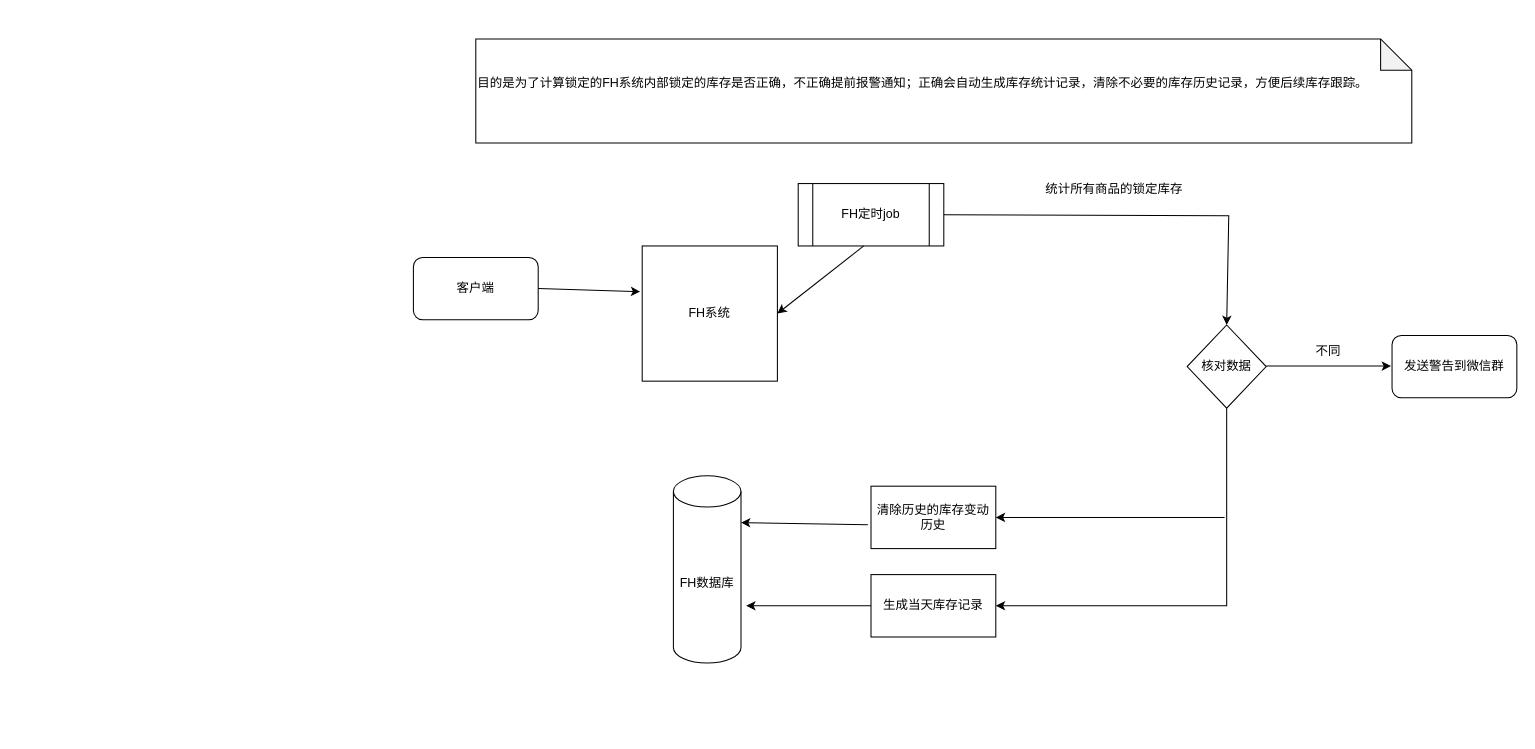
This is SketchMap/库存盘点.drawio from liuyunlong1229/aaa, a draw.io file, before an edit. Source tidied: cells renumbered, new cells numbered last; positions are measured from the earlier drawing's top-left corner, leaving out a move shared by most shapes. Both pictures are drawn from the tidied source at 104%, with x=0, y=0 at pixel (413, 38).
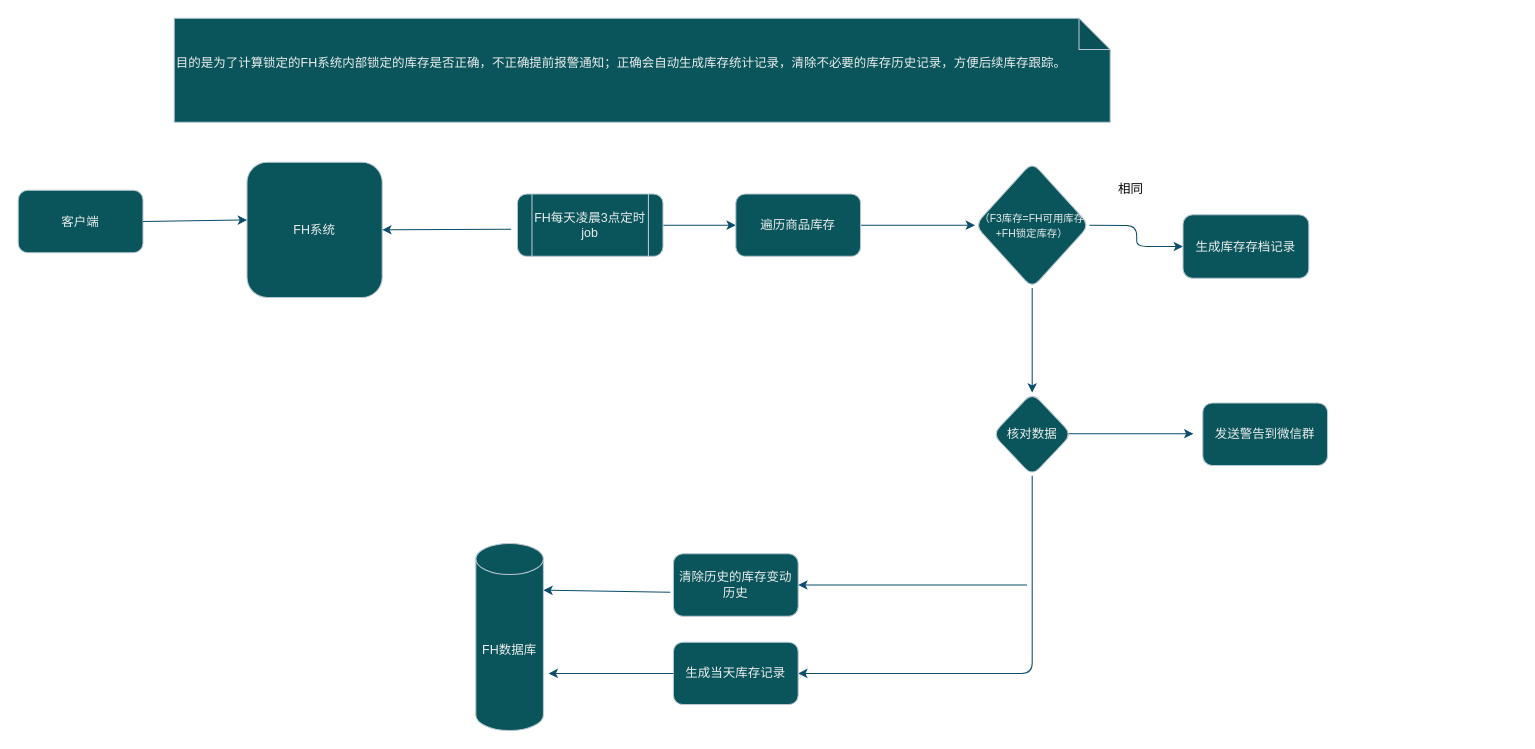
The same page after the edit.

Commit message:
更新库存盘点.drawio

What changed in the source:
```diff
@@
-    <mxCell id="2" value="FH系统" style="whiteSpace=wrap;html=1;" parent="1" vertex="1">
-      <mxGeometry x="220" y="199" width="130" height="130" as="geometry" />
+    <mxCell id="2" value="FH系统" style="whiteSpace=wrap;html=1;labelBackgroundColor=none;fillColor=#09555B;strokeColor=#BAC8D3;fontColor=#EEEEEE;rounded=1;" parent="1" vertex="1">
+      <mxGeometry x="-160" y="118.5" width="130" height="130" as="geometry" />
     </mxCell>
-    <mxCell id="3" value="FH数据库" style="shape=cylinder3;whiteSpace=wrap;html=1;boundedLbl=1;backgroundOutline=1;size=15;" parent="1" vertex="1">
-      <mxGeometry x="250" y="420" width="65" height="180" as="geometry" />
+    <mxCell id="3" value="FH数据库" style="shape=cylinder3;whiteSpace=wrap;html=1;boundedLbl=1;backgroundOutline=1;size=15;labelBackgroundColor=none;fillColor=#09555B;strokeColor=#BAC8D3;fontColor=#EEEEEE;rounded=1;" parent="1" vertex="1">
+      <mxGeometry x="60" y="485" width="65" height="180" as="geometry" />
     </mxCell>
+    <mxCell id="21" style="edgeStyle=orthogonalEdgeStyle;rounded=1;jettySize=auto;html=1;entryX=0;entryY=0.5;entryDx=0;entryDy=0;labelBackgroundColor=none;strokeColor=#0B4D6A;fontColor=default;" parent="1" edge="1" source="4" target="26">
+      <mxGeometry relative="1" as="geometry" />
+    </mxCell>
-    <mxCell id="4" value="FH定时job" style="shape=process;whiteSpace=wrap;html=1;backgroundOutline=1;" parent="1" vertex="1">
-      <mxGeometry x="370" y="139" width="140" height="60" as="geometry" />
+    <mxCell id="4" value="FH每天凌晨3点定时job" style="shape=process;whiteSpace=wrap;html=1;backgroundOutline=1;labelBackgroundColor=none;fillColor=#09555B;strokeColor=#BAC8D3;fontColor=#EEEEEE;rounded=1;" parent="1" vertex="1">
+      <mxGeometry x="100" y="149" width="140" height="60" as="geometry" />
     </mxCell>
-    <mxCell id="5" value="统计所有商品的锁定库存" style="text;html=1;align=center;verticalAlign=middle;whiteSpace=wrap;rounded=0;" parent="1" vertex="1">
-      <mxGeometry x="524" y="130" width="300" height="30" as="geometry" />
-    </mxCell>
-    <mxCell id="6" style="endArrow=classic;html=1;rounded=0;exitX=0.45;exitY=1;exitDx=0;exitDy=0;exitPerimeter=0;entryX=1;entryY=0.5;entryDx=0;entryDy=0;" parent="1" edge="1" source="4" target="2">
+    <mxCell id="6" style="endArrow=classic;html=1;rounded=1;exitX=-0.043;exitY=0.567;exitDx=0;exitDy=0;exitPerimeter=0;entryX=1;entryY=0.5;entryDx=0;entryDy=0;labelBackgroundColor=none;strokeColor=#0B4D6A;fontColor=default;" parent="1" edge="1" source="4" target="2">
       <mxGeometry relative="1" as="geometry" />
     </mxCell>
-    <mxCell id="7" value="客户端" style="rounded=1;whiteSpace=wrap;html=1;" parent="1" vertex="1">
-      <mxGeometry y="210" width="120" height="60" as="geometry" />
+    <mxCell id="7" value="客户端" style="rounded=1;whiteSpace=wrap;html=1;labelBackgroundColor=none;fillColor=#09555B;strokeColor=#BAC8D3;fontColor=#EEEEEE;" parent="1" vertex="1">
+      <mxGeometry x="-380" y="145.5" width="120" height="60" as="geometry" />
     </mxCell>
-    <mxCell id="8" style="endArrow=classic;html=1;rounded=0;exitX=1;exitY=0.5;exitDx=0;exitDy=0;entryX=-0.015;entryY=0.338;entryDx=0;entryDy=0;entryPerimeter=0;" parent="1" edge="1" source="7" target="2">
+    <mxCell id="8" style="endArrow=classic;html=1;rounded=1;exitX=1;exitY=0.5;exitDx=0;exitDy=0;entryX=0;entryY=0.427;entryDx=0;entryDy=0;entryPerimeter=0;labelBackgroundColor=none;strokeColor=#0B4D6A;fontColor=default;" parent="1" edge="1" source="7" target="2">
       <mxGeometry relative="1" as="geometry" />
     </mxCell>
-    <mxCell id="9" style="edgeStyle=orthogonalEdgeStyle;rounded=0;jettySize=auto;html=1;entryX=1;entryY=0.5;entryDx=0;entryDy=0;exitX=0.5;exitY=1;exitDx=0;exitDy=0;" parent="1" edge="1" source="10" target="12">
+    <mxCell id="9" style="edgeStyle=orthogonalEdgeStyle;rounded=1;jettySize=auto;html=1;entryX=1;entryY=0.5;entryDx=0;entryDy=0;exitX=0.5;exitY=1;exitDx=0;exitDy=0;labelBackgroundColor=none;strokeColor=#0B4D6A;fontColor=default;" parent="1" edge="1" source="10" target="12">
       <mxGeometry relative="1" as="geometry" />
     </mxCell>
-    <mxCell id="10" value="核对数据" style="rhombus;whiteSpace=wrap;html=1;" parent="1" vertex="1">
-      <mxGeometry x="744" y="275" width="76" height="80" as="geometry" />
+    <mxCell id="10" value="核对数据" style="rhombus;whiteSpace=wrap;html=1;labelBackgroundColor=none;fillColor=#09555B;strokeColor=#BAC8D3;fontColor=#EEEEEE;rounded=1;" parent="1" vertex="1">
+      <mxGeometry x="557" y="340" width="76" height="80" as="geometry" />
     </mxCell>
-    <mxCell id="11" value="发送警告到微信群" style="rounded=1;whiteSpace=wrap;html=1;" parent="1" vertex="1">
-      <mxGeometry x="941" y="285" width="120" height="60" as="geometry" />
+    <mxCell id="11" value="发送警告到微信群" style="rounded=1;whiteSpace=wrap;html=1;labelBackgroundColor=none;fillColor=#09555B;strokeColor=#BAC8D3;fontColor=#EEEEEE;" parent="1" vertex="1">
+      <mxGeometry x="759" y="350" width="120" height="60" as="geometry" />
     </mxCell>
-    <mxCell id="12" value="生成当天库存记录" style="rounded=0;whiteSpace=wrap;html=1;" parent="1" vertex="1">
-      <mxGeometry x="440" y="515" width="120" height="60" as="geometry" />
+    <mxCell id="12" value="生成当天库存记录" style="rounded=1;whiteSpace=wrap;html=1;labelBackgroundColor=none;fillColor=#09555B;strokeColor=#BAC8D3;fontColor=#EEEEEE;" parent="1" vertex="1">
+      <mxGeometry x="250" y="580" width="120" height="60" as="geometry" />
     </mxCell>
-    <mxCell id="13" style="endArrow=classic;html=1;rounded=0;exitX=0;exitY=0.5;exitDx=0;exitDy=0;" parent="1" edge="1" source="12">
+    <mxCell id="13" style="endArrow=classic;html=1;rounded=1;exitX=0;exitY=0.5;exitDx=0;exitDy=0;labelBackgroundColor=none;strokeColor=#0B4D6A;fontColor=default;" parent="1" edge="1" source="12">
       <mxGeometry relative="1" as="geometry">
-        <mxPoint x="320" y="545" as="targetPoint" />
+        <mxPoint x="130" y="610" as="targetPoint" />
       </mxGeometry>
     </mxCell>
-    <mxCell id="14" style="endArrow=classic;html=1;rounded=0;exitX=1;exitY=0.5;exitDx=0;exitDy=0;entryX=0.5;entryY=0;entryDx=0;entryDy=0;" parent="1" edge="1" source="4" target="10">
-      <mxGeometry relative="1" as="geometry">
-        <Array as="points">
-          <mxPoint x="784" y="170" />
-        </Array>
-      </mxGeometry>
-    </mxCell>
-    <mxCell id="15" value="清除历史的库存变动历史" style="rounded=0;whiteSpace=wrap;html=1;" parent="1" vertex="1">
-      <mxGeometry x="440" y="430" width="120" height="60" as="geometry" />
+    <mxCell id="15" value="清除历史的库存变动历史" style="rounded=1;whiteSpace=wrap;html=1;labelBackgroundColor=none;fillColor=#09555B;strokeColor=#BAC8D3;fontColor=#EEEEEE;" parent="1" vertex="1">
+      <mxGeometry x="250" y="495" width="120" height="60" as="geometry" />
     </mxCell>
-    <mxCell id="16" style="endArrow=classic;html=1;rounded=0;entryX=1;entryY=0.5;entryDx=0;entryDy=0;" parent="1" edge="1" target="15">
+    <mxCell id="16" style="endArrow=classic;html=1;rounded=1;entryX=1;entryY=0.5;entryDx=0;entryDy=0;labelBackgroundColor=none;strokeColor=#0B4D6A;fontColor=default;" parent="1" edge="1" target="15">
       <mxGeometry relative="1" as="geometry">
-        <mxPoint x="780" y="460" as="sourcePoint" />
+        <mxPoint x="590" y="525" as="sourcePoint" />
       </mxGeometry>
     </mxCell>
-    <mxCell id="17" style="endArrow=classic;html=1;rounded=0;entryX=1;entryY=0.25;entryDx=0;entryDy=0;entryPerimeter=0;exitX=-0.025;exitY=0.617;exitDx=0;exitDy=0;exitPerimeter=0;" parent="1" edge="1" source="15" target="3">
+    <mxCell id="17" style="endArrow=classic;html=1;rounded=1;entryX=1;entryY=0.25;entryDx=0;entryDy=0;entryPerimeter=0;exitX=-0.025;exitY=0.617;exitDx=0;exitDy=0;exitPerimeter=0;labelBackgroundColor=none;strokeColor=#0B4D6A;fontColor=default;" parent="1" edge="1" source="15" target="3">
       <mxGeometry relative="1" as="geometry" />
     </mxCell>
-    <mxCell id="18" value="&lt;div&gt;目的是为了计算锁定的FH系统内部锁定的库存是否正确，不正确提前报警通知；正确会自动生成库存统计记录，清除不必要的库存历史记录，方便后续库存跟踪。&lt;/div&gt;&lt;div&gt;&lt;br&gt;&lt;/div&gt;" style="shape=note;whiteSpace=wrap;html=1;backgroundOutline=1;darkOpacity=0.05;align=left;" parent="1" vertex="1">
-      <mxGeometry x="60" width="900" height="100" as="geometry" />
+    <mxCell id="18" value="&lt;div&gt;目的是为了计算锁定的FH系统内部锁定的库存是否正确，不正确提前报警通知；正确会自动生成库存统计记录，清除不必要的库存历史记录，方便后续库存跟踪。&lt;/div&gt;&lt;div&gt;&lt;br&gt;&lt;/div&gt;" style="shape=note;whiteSpace=wrap;html=1;backgroundOutline=1;darkOpacity=0.05;align=left;labelBackgroundColor=none;fillColor=#09555B;strokeColor=#BAC8D3;fontColor=#EEEEEE;rounded=1;" parent="1" vertex="1">
+      <mxGeometry x="-230" y="-20" width="900" height="100" as="geometry" />
     </mxCell>
-    <mxCell id="19" style="endArrow=classic;html=1;rounded=0;" parent="1" edge="1">
+    <mxCell id="19" style="endArrow=classic;html=1;rounded=1;labelBackgroundColor=none;strokeColor=#0B4D6A;fontColor=default;" parent="1" edge="1">
       <mxGeometry relative="1" as="geometry">
-        <mxPoint x="820" y="314.5" as="sourcePoint" />
-        <mxPoint x="940" y="314.5" as="targetPoint" />
+        <mxPoint x="630" y="379.5" as="sourcePoint" />
+        <mxPoint x="750" y="379.5" as="targetPoint" />
       </mxGeometry>
     </mxCell>
-    <mxCell id="20" value="不同" style="text;html=1;align=center;verticalAlign=middle;whiteSpace=wrap;rounded=0;" parent="1" vertex="1">
-      <mxGeometry x="850" y="285" width="60" height="30" as="geometry" />
-    </mxCell>
+    <mxCell id="22" style="edgeStyle=orthogonalEdgeStyle;rounded=1;jettySize=auto;html=1;labelBackgroundColor=none;strokeColor=#0B4D6A;fontColor=default;" parent="1" edge="1" target="27">
+      <mxGeometry relative="1" as="geometry">
+        <mxPoint x="650" y="179" as="sourcePoint" />
+      </mxGeometry>
+    </mxCell>
+    <mxCell id="23" style="edgeStyle=orthogonalEdgeStyle;rounded=1;jettySize=auto;html=1;strokeColor=#0B4D6A;" parent="1" edge="1" source="24" target="10">
+      <mxGeometry relative="1" as="geometry" />
+    </mxCell>
+    <mxCell id="24" value="&lt;font style=&quot;font-size: 10px;&quot;&gt;（F3库存=FH可用库存+FH锁定库存）&lt;/font&gt;" style="rhombus;whiteSpace=wrap;html=1;labelBackgroundColor=none;fillColor=#09555B;strokeColor=#BAC8D3;fontColor=#EEEEEE;rounded=1;" parent="1" vertex="1">
+      <mxGeometry x="540" y="118.5" width="110" height="121" as="geometry" />
+    </mxCell>
+    <mxCell id="25" style="edgeStyle=orthogonalEdgeStyle;rounded=1;jettySize=auto;html=1;labelBackgroundColor=none;strokeColor=#0B4D6A;fontColor=default;" parent="1" edge="1" source="26">
+      <mxGeometry relative="1" as="geometry">
+        <mxPoint x="540" y="179" as="targetPoint" />
+      </mxGeometry>
+    </mxCell>
+    <mxCell id="26" value="遍历商品库存" style="rounded=1;whiteSpace=wrap;html=1;labelBackgroundColor=none;fillColor=#09555B;strokeColor=#BAC8D3;fontColor=#EEEEEE;" parent="1" vertex="1">
+      <mxGeometry x="310" y="149" width="120" height="60" as="geometry" />
+    </mxCell>
+    <mxCell id="27" value="生成库存存档记录" style="rounded=1;whiteSpace=wrap;html=1;labelBackgroundColor=none;fillColor=#09555B;strokeColor=#BAC8D3;fontColor=#EEEEEE;" parent="1" vertex="1">
+      <mxGeometry x="740" y="169" width="121" height="61" as="geometry" />
+    </mxCell>
+    <mxCell id="28" value="相同" style="text;html=1;align=center;verticalAlign=middle;whiteSpace=wrap;rounded=1;labelBackgroundColor=none;" parent="1" vertex="1">
+      <mxGeometry x="660" y="130" width="60" height="30" as="geometry" />
+    </mxCell>
```
